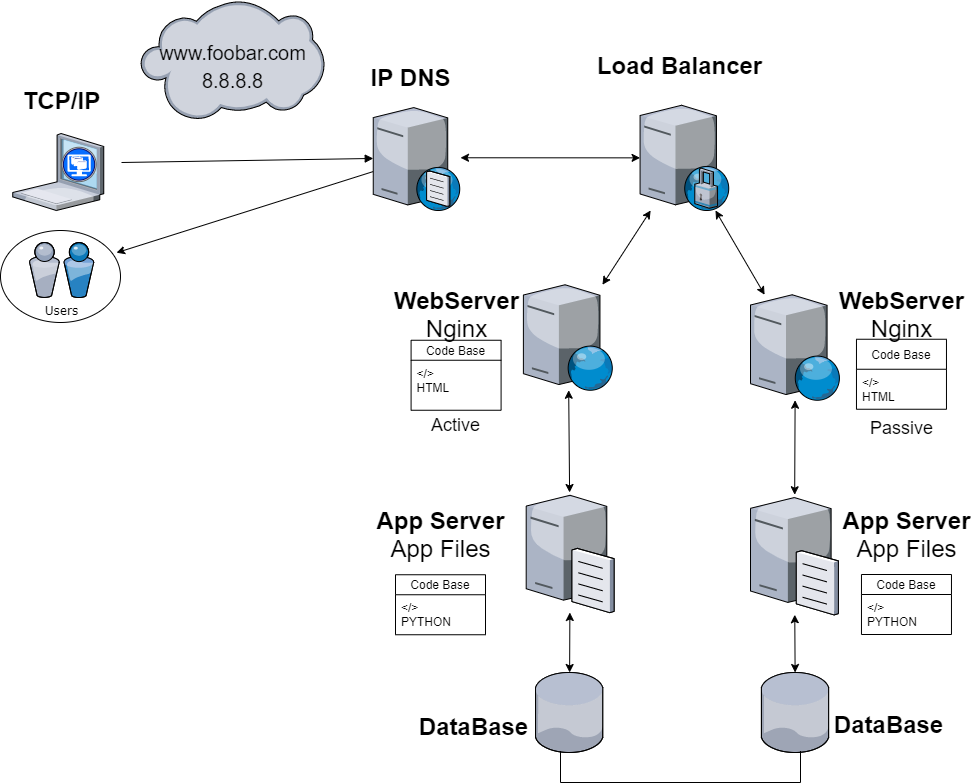
The draw.io diagram 0x09-web_infrastructure_design/1-distributed_web_infrastructure.png in Leidysalda/holberton-system_engineering-devops, before a commit. Source tidied: cells renumbered, new cells last; positions are measured from the earlier drawing's top-left corner, leaving out a move shared by most shapes.
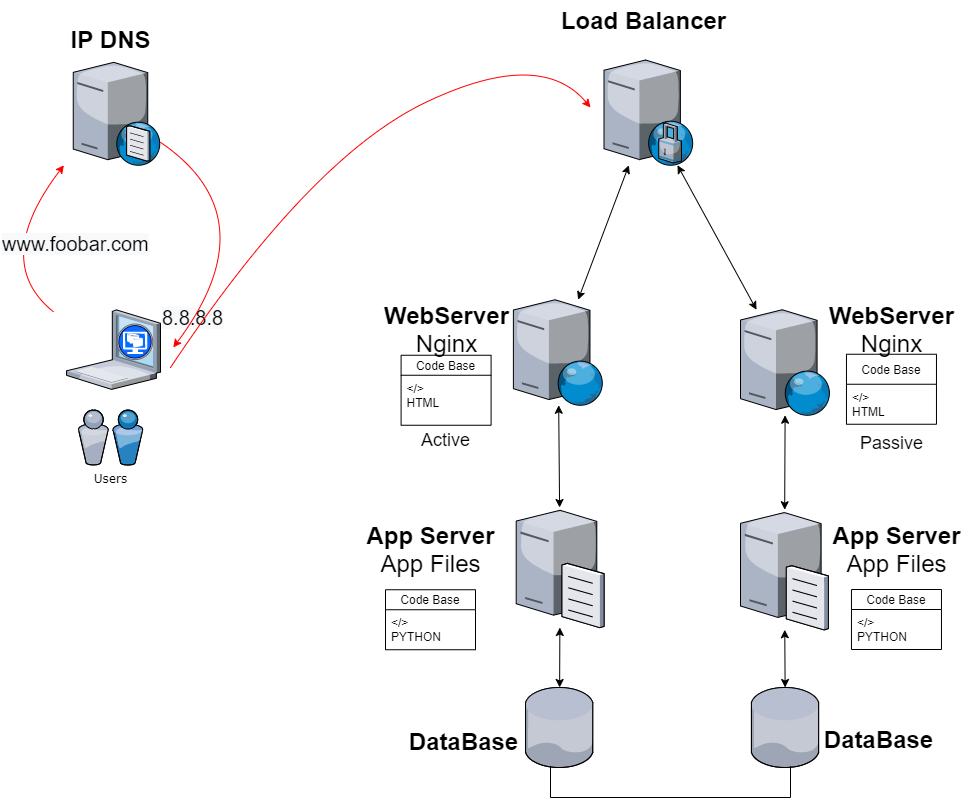
The same diagram one commit later.

Diff of the diagram source:
```diff
@@ -2,40 +2,9 @@
   <root>
     <mxCell id="0" />
     <mxCell id="1" parent="0" />
-    <mxCell id="2" style="ellipse;whiteSpace=wrap;html=1;" parent="1" vertex="1">
-      <mxGeometry y="230" width="120" height="92" as="geometry" />
-    </mxCell>
-    <mxCell id="3" value="Users" style="verticalLabelPosition=bottom;html=1;verticalAlign=top;strokeColor=none;shape=mxgraph.citrix.users;rounded=0;shadow=0;comic=0;fontFamily=Verdana;" parent="1" vertex="1">
-      <mxGeometry x="28.8" y="242" width="64.5" height="55" as="geometry" />
-    </mxCell>
-    <mxCell id="4" style="verticalLabelPosition=bottom;html=1;verticalAlign=top;strokeColor=none;align=center;shape=mxgraph.citrix.xenclient;" parent="1" vertex="1">
-      <mxGeometry x="12.2" y="133" width="91" height="77" as="geometry" />
-    </mxCell>
-    <mxCell id="5" value="Synchronization" style="rounded=0;html=1;labelBackgroundColor=none;startArrow=none;startFill=0;endArrow=block;endFill=1;strokeWidth=1;fontFamily=Verdana;fontSize=12;noLabel=1;fontColor=none;" parent="1" edge="1" target="10">
-      <mxGeometry x="-0.33" y="21" relative="1" as="geometry">
-        <mxPoint x="121" y="162" as="sourcePoint" />
-      </mxGeometry>
-    </mxCell>
-    <mxCell id="6" style="endArrow=classic;html=1;fontColor=none;" parent="1" edge="1" source="10">
-      <mxGeometry relative="1" as="geometry">
-        <mxPoint x="116" y="252.2" as="targetPoint" />
-      </mxGeometry>
-    </mxCell>
-    <mxCell id="7" value="TCP/IP" style="text;strokeColor=none;fillColor=none;html=1;fontSize=24;fontStyle=1;verticalAlign=middle;align=center;" parent="1" vertex="1">
-      <mxGeometry x="11" y="80" width="100" height="40" as="geometry" />
-    </mxCell>
     <mxCell id="8" style="verticalLabelPosition=bottom;html=1;verticalAlign=top;strokeColor=none;align=center;outlineConnect=0;shape=mxgraph.citrix.web_server;fontColor=none;" parent="1" vertex="1">
       <mxGeometry x="522.9" y="284.2" width="89.7" height="105.5" as="geometry" />
     </mxCell>
-    <mxCell id="9" style="verticalLabelPosition=bottom;html=1;verticalAlign=top;strokeColor=none;align=center;shape=mxgraph.citrix.cloud;fontColor=none;" parent="1" vertex="1">
-      <mxGeometry x="140" width="183.9" height="120" as="geometry" />
-    </mxCell>
-    <mxCell id="10" style="verticalLabelPosition=bottom;html=1;verticalAlign=top;strokeColor=none;align=center;outlineConnect=0;shape=mxgraph.citrix.dns_server;fontColor=none;" parent="1" vertex="1">
-      <mxGeometry x="372.8" y="104.5" width="87.2" height="105.5" as="geometry" />
-    </mxCell>
-    <mxCell id="11" value="IP DNS&lt;span style=&quot;color: rgba(0 , 0 , 0 , 0) ; font-family: monospace ; font-size: 0px ; font-weight: 400&quot;&gt;%3CmxGraphModel%3E%3Croot%3E%3CmxCell%20id%3D%220%22%2F%3E%3CmxCell%20id%3D%221%22%20parent%3D%220%22%2F%3E%3CmxCell%20id%3D%222%22%20value%3D%22%22%20style%3D%22endArrow%3Dclassic%3Bhtml%3D1%3BfontColor%3Dnone%3BentryX%3D0.979%3BentryY%3D1.009%3BentryDx%3D0%3BentryDy%3D0%3BentryPerimeter%3D0%3BexitX%3D0.694%3BexitY%3D0.385%3BexitDx%3D0%3BexitDy%3D0%3BexitPerimeter%3D0%3B%22%20edge%3D%221%22%20parent%3D%221%22%3E%3CmxGeometry%20width%3D%2250%22%20height%3D%2250%22%20relative%3D%221%22%20as%3D%22geometry%22%3E%3CmxPoint%20x%3D%221690.1099999999997%22%20y%3D%22180.03999999999996%22%20as%3D%22sourcePoint%22%2F%3E%3CmxPoint%20x%3D%221126.6350000000002%22%20y%3D%22153.29649999999992%22%20as%3D%22targetPoint%22%2F%3E%3C%2FmxGeometry%3E%3C%2FmxCell%3E%3C%2Froot%3E%3C%2FmxGraphModel%3E&lt;/span&gt;" style="text;strokeColor=none;fillColor=none;html=1;fontSize=24;fontStyle=1;verticalAlign=middle;align=center;" parent="1" vertex="1">
-      <mxGeometry x="360" y="57.2" width="100" height="40" as="geometry" />
-    </mxCell>
     <mxCell id="12" style="verticalLabelPosition=bottom;html=1;verticalAlign=top;strokeColor=none;align=center;outlineConnect=0;shape=mxgraph.citrix.file_server;fontColor=none;" parent="1" vertex="1">
       <mxGeometry x="525.7" y="492" width="87.8" height="120" as="geometry" />
     </mxCell>
@@ -54,15 +23,9 @@
     <mxCell id="17" style="verticalLabelPosition=bottom;html=1;verticalAlign=top;strokeColor=none;align=center;outlineConnect=0;shape=mxgraph.citrix.web_server;fontColor=none;" parent="1" vertex="1">
       <mxGeometry x="750" y="294.2" width="89.7" height="105.5" as="geometry" />
     </mxCell>
-    <mxCell id="18" value="&lt;span style=&quot;font-weight: normal&quot;&gt;&lt;font style=&quot;font-size: 20px&quot;&gt;www.foobar.com&lt;br&gt;8.8.8.8&lt;br&gt;&lt;/font&gt;&lt;/span&gt;" style="text;strokeColor=none;fillColor=none;html=1;fontSize=24;fontStyle=1;verticalAlign=middle;align=center;" parent="1" vertex="1">
-      <mxGeometry x="181.9" y="32.8" width="100" height="64.5" as="geometry" />
-    </mxCell>
     <mxCell id="19" value="&lt;font style=&quot;font-weight: normal ; font-size: 18px&quot;&gt;Passive&lt;/font&gt;" style="text;strokeColor=none;fillColor=none;html=1;fontSize=24;fontStyle=1;verticalAlign=middle;align=center;" parent="1" vertex="1">
       <mxGeometry x="851" y="404.8" width="100" height="40" as="geometry" />
     </mxCell>
-    <mxCell id="20" style="endArrow=classic;startArrow=classic;html=1;" parent="1" edge="1" source="10" target="24">
-      <mxGeometry relative="1" as="geometry" />
-    </mxCell>
     <mxCell id="21" value="WebServer&lt;br&gt;&lt;span style=&quot;font-weight: normal&quot;&gt;Nginx&lt;/span&gt;" style="text;strokeColor=none;fillColor=none;html=1;fontSize=24;fontStyle=1;verticalAlign=middle;align=center;" parent="1" vertex="1">
       <mxGeometry x="851" y="294.2" width="100" height="40" as="geometry" />
     </mxCell>
@@ -73,7 +36,7 @@
       <mxGeometry x="856" y="514.2" width="100" height="40" as="geometry" />
     </mxCell>
     <mxCell id="24" style="verticalLabelPosition=bottom;html=1;verticalAlign=top;strokeColor=none;align=center;outlineConnect=0;shape=mxgraph.citrix.proxy_server;" parent="1" vertex="1">
-      <mxGeometry x="639.6" y="104.8" width="89.5" height="105.2" as="geometry" />
+      <mxGeometry x="613.5" y="44.5" width="89.5" height="105.2" as="geometry" />
     </mxCell>
     <mxCell id="25" style="endArrow=classic;startArrow=classic;html=1;" parent="1" edge="1" source="17" target="24">
       <mxGeometry relative="1" as="geometry" />
@@ -82,7 +45,7 @@
       <mxGeometry relative="1" as="geometry" />
     </mxCell>
     <mxCell id="27" value="Load Balancer" style="text;strokeColor=none;fillColor=none;html=1;fontSize=24;fontStyle=1;verticalAlign=middle;align=center;" parent="1" vertex="1">
-      <mxGeometry x="629" y="45" width="100" height="40" as="geometry" />
+      <mxGeometry x="603" y="-15.2" width="100" height="40" as="geometry" />
     </mxCell>
     <mxCell id="28" style="endArrow=classic;startArrow=classic;html=1;" parent="1" edge="1" source="12" target="8">
       <mxGeometry relative="1" as="geometry" />
@@ -132,5 +95,49 @@
     <mxCell id="43" style="shape=partialRectangle;whiteSpace=wrap;html=1;bottom=1;right=1;left=1;top=0;fillColor=none;routingCenterX=-0.5;" parent="1" vertex="1">
       <mxGeometry x="560" y="750.5" width="240" height="31.5" as="geometry" />
     </mxCell>
+    <mxCell id="3" value="Users" style="verticalLabelPosition=bottom;html=1;verticalAlign=top;strokeColor=none;shape=mxgraph.citrix.users;rounded=0;shadow=0;comic=0;fontFamily=Verdana;" parent="1" vertex="1">
+      <mxGeometry x="87.8" y="394.5" width="64.5" height="55" as="geometry" />
+    </mxCell>
+    <mxCell id="44" style="verticalLabelPosition=bottom;html=1;verticalAlign=top;strokeColor=none;align=center;outlineConnect=0;shape=mxgraph.citrix.xenclient;" parent="1" vertex="1">
+      <mxGeometry x="76.1" y="294.4" width="94" height="79.5" as="geometry" />
+    </mxCell>
+    <mxCell id="45" style="verticalLabelPosition=bottom;html=1;verticalAlign=top;strokeColor=none;align=center;outlineConnect=0;shape=mxgraph.citrix.dns_server;" parent="1" vertex="1">
+      <mxGeometry x="82.8" y="44.2" width="87.2" height="105.5" as="geometry" />
+    </mxCell>
+    <mxCell id="11" value="IP DNS&lt;span style=&quot;color: rgba(0 , 0 , 0 , 0) ; font-family: monospace ; font-size: 0px ; font-weight: 400&quot;&gt;%3CmxGraphModel%3E%3Croot%3E%3CmxCell%20id%3D%220%22%2F%3E%3CmxCell%20id%3D%221%22%20parent%3D%220%22%2F%3E%3CmxCell%20id%3D%222%22%20value%3D%22%22%20style%3D%22endArrow%3Dclassic%3Bhtml%3D1%3BfontColor%3Dnone%3BentryX%3D0.979%3BentryY%3D1.009%3BentryDx%3D0%3BentryDy%3D0%3BentryPerimeter%3D0%3BexitX%3D0.694%3BexitY%3D0.385%3BexitDx%3D0%3BexitDy%3D0%3BexitPerimeter%3D0%3B%22%20edge%3D%221%22%20parent%3D%221%22%3E%3CmxGeometry%20width%3D%2250%22%20height%3D%2250%22%20relative%3D%221%22%20as%3D%22geometry%22%3E%3CmxPoint%20x%3D%221690.1099999999997%22%20y%3D%22180.03999999999996%22%20as%3D%22sourcePoint%22%2F%3E%3CmxPoint%20x%3D%221126.6350000000002%22%20y%3D%22153.29649999999992%22%20as%3D%22targetPoint%22%2F%3E%3C%2FmxGeometry%3E%3C%2FmxCell%3E%3C%2Froot%3E%3C%2FmxGraphModel%3E&lt;/span&gt;" style="text;strokeColor=none;fillColor=none;html=1;fontSize=24;fontStyle=1;verticalAlign=middle;align=center;" parent="1" vertex="1">
+      <mxGeometry x="70" y="4.2" width="100" height="40" as="geometry" />
+    </mxCell>
+    <mxCell id="46" value="&lt;span style=&quot;color: rgb(0, 0, 0); font-family: helvetica; font-size: 20px; font-style: normal; font-weight: 400; letter-spacing: normal; text-align: center; text-indent: 0px; text-transform: none; word-spacing: 0px; background-color: rgb(248, 249, 250); display: inline; float: none;&quot;&gt;8.8.8.8&lt;/span&gt;" style="text;whiteSpace=wrap;html=1;" parent="1" vertex="1">
+      <mxGeometry x="170" y="284.2" width="90" height="30" as="geometry" />
+    </mxCell>
+    <mxCell id="47" style="curved=1;endArrow=classic;html=1;strokeColor=#FF0000;entryX=1.136;entryY=0.473;entryDx=0;entryDy=0;entryPerimeter=0;" parent="1" edge="1" source="45" target="44">
+      <mxGeometry relative="1" as="geometry">
+        <Array as="points">
+          <mxPoint x="280" y="202" />
+        </Array>
+      </mxGeometry>
+    </mxCell>
+    <mxCell id="48" style="curved=1;endArrow=classic;html=1;strokeColor=#FF0000;" parent="1" edge="1">
+      <mxGeometry relative="1" as="geometry">
+        <mxPoint x="63.3" y="296.6" as="sourcePoint" />
+        <mxPoint x="73.4" y="149.8" as="targetPoint" />
+        <Array as="points">
+          <mxPoint y="246" />
+        </Array>
+      </mxGeometry>
+    </mxCell>
+    <mxCell id="49" style="curved=1;endArrow=classic;html=1;strokeColor=#FF0000;" parent="1" edge="1">
+      <mxGeometry relative="1" as="geometry">
+        <mxPoint x="180" y="352" as="sourcePoint" />
+        <mxPoint x="600" y="92" as="targetPoint" />
+        <Array as="points">
+          <mxPoint x="320" y="142" />
+          <mxPoint x="550" y="32" />
+        </Array>
+      </mxGeometry>
+    </mxCell>
+    <mxCell id="50" value="&lt;span style=&quot;color: rgb(0, 0, 0); font-family: helvetica; font-size: 20px; font-style: normal; font-weight: 400; letter-spacing: normal; text-align: center; text-indent: 0px; text-transform: none; word-spacing: 0px; background-color: rgb(248, 249, 250); display: inline; float: none;&quot;&gt;www.foobar.com&lt;/span&gt;&lt;br style=&quot;color: rgb(0, 0, 0); font-family: helvetica; font-size: 20px; font-style: normal; font-weight: 400; letter-spacing: normal; text-align: center; text-indent: 0px; text-transform: none; word-spacing: 0px; background-color: rgb(248, 249, 250);&quot;&gt;" style="text;whiteSpace=wrap;html=1;" parent="1" vertex="1">
+      <mxGeometry x="10" y="210" width="163.9" height="30" as="geometry" />
+    </mxCell>
   </root>
 </mxGraphModel>
```
